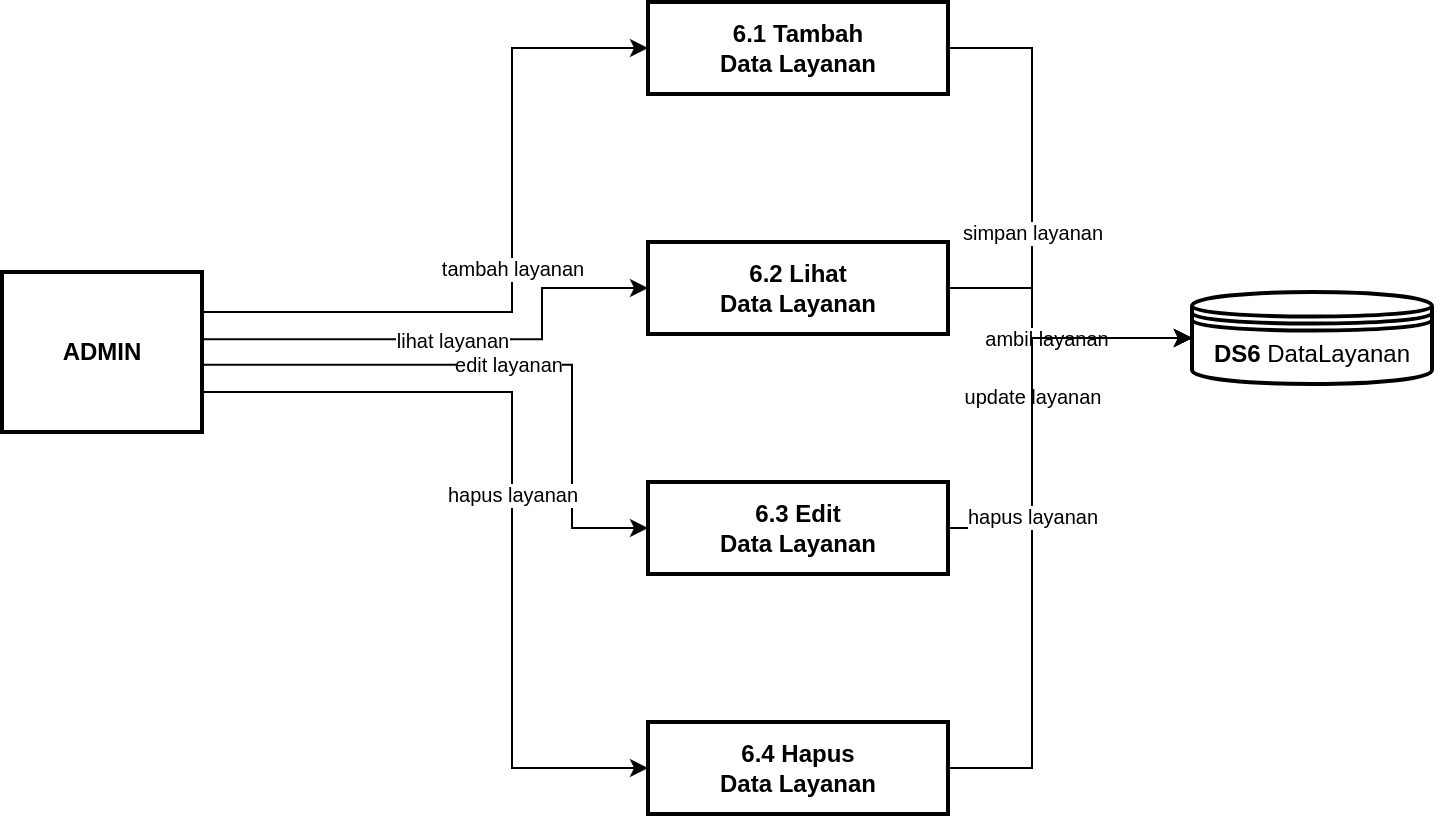
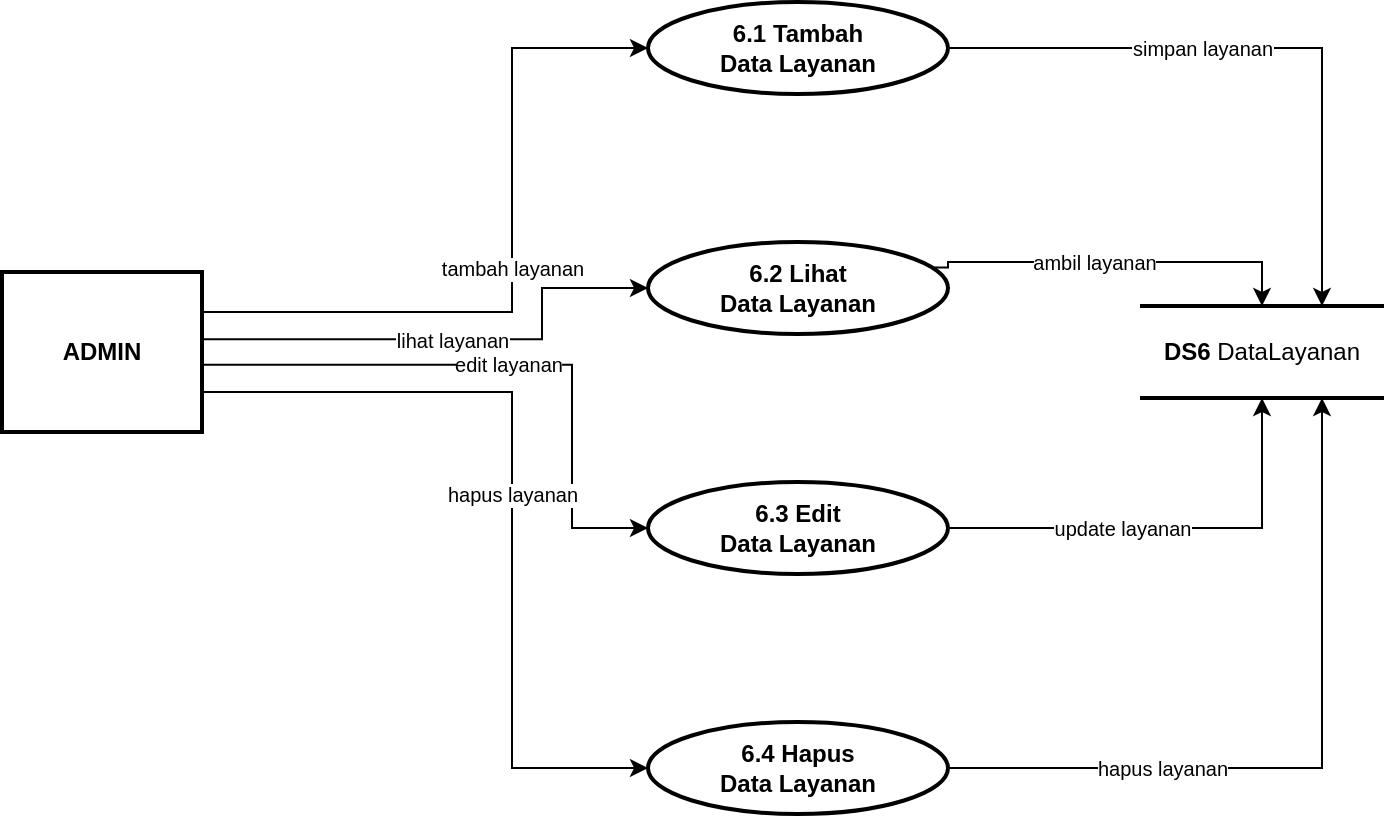
<mxfile host="app.diagrams.net">
-   <diagram name="Halaman-1" id="d7">
-     <mxGraphModel dx="1030" dy="1008" grid="0" gridSize="10" guides="1" tooltips="1" connect="1" arrows="1" fold="1" page="0" pageScale="1" pageWidth="900" pageHeight="600" math="0" shadow="0">
+   <diagram name="Halaman-1" id="fM0UbCrLWW6ai1Zt90ew">
+     <mxGraphModel>
      <root>
        <mxCell id="0" />
        <mxCell id="1" parent="0" />
-         <mxCell id="admin" parent="1" style="rounded=0;whiteSpace=wrap;html=1;fillColor=#FFFFFF;strokeColor=#000000;fontColor=#000000;strokeWidth=2;" value="&lt;b&gt;ADMIN&lt;/b&gt;" vertex="1">
-           <mxGeometry height="80" width="100" x="-95" y="185" as="geometry" />
-         </mxCell>
-         <mxCell id="p61" parent="1" style="rounded=0;whiteSpace=wrap;html=1;fillColor=#FFFFFF;strokeColor=#000000;fontColor=#000000;strokeWidth=2;" value="&lt;b&gt;6.1 Tambah&lt;br&gt;Data Layanan&lt;/b&gt;" vertex="1">
-           <mxGeometry height="46" width="150" x="228" y="50" as="geometry" />
-         </mxCell>
-         <mxCell id="p62" parent="1" style="rounded=0;whiteSpace=wrap;html=1;fillColor=#FFFFFF;strokeColor=#000000;fontColor=#000000;strokeWidth=2;" value="&lt;b&gt;6.2 Lihat&lt;br&gt;Data Layanan&lt;/b&gt;" vertex="1">
-           <mxGeometry height="46" width="150" x="228" y="170" as="geometry" />
-         </mxCell>
-         <mxCell id="p63" parent="1" style="rounded=0;whiteSpace=wrap;html=1;fillColor=#FFFFFF;strokeColor=#000000;fontColor=#000000;strokeWidth=2;" value="&lt;b&gt;6.3 Edit&lt;br&gt;Data Layanan&lt;/b&gt;" vertex="1">
-           <mxGeometry height="46" width="150" x="228" y="290" as="geometry" />
-         </mxCell>
-         <mxCell id="p64" parent="1" style="rounded=0;whiteSpace=wrap;html=1;fillColor=#FFFFFF;strokeColor=#000000;fontColor=#000000;strokeWidth=2;" value="&lt;b&gt;6.4 Hapus&lt;br&gt;Data Layanan&lt;/b&gt;" vertex="1">
-           <mxGeometry height="46" width="150" x="228" y="410" as="geometry" />
-         </mxCell>
-         <mxCell id="ds6" parent="1" style="shape=datastore;whiteSpace=wrap;html=1;fillColor=#FFFFFF;strokeColor=#000000;fontColor=#000000;strokeWidth=2;" value="&lt;b&gt;DS6&lt;/b&gt; DataLayanan" vertex="1">
-           <mxGeometry height="46" width="120" x="500" y="195" as="geometry" />
+ 
+         <mxCell id="2" parent="1" style="rounded=0;whiteSpace=wrap;html=1;fillColor=#FFFFFF;strokeColor=#000000;fontColor=#000000;strokeWidth=2;" value="&lt;b&gt;ADMIN&lt;/b&gt;" vertex="1">
+           <mxGeometry height="80" width="100" x="740" y="1185" as="geometry" />
        </mxCell>

-         <mxCell id="a1" edge="1" parent="1" source="admin" style="html=1;fontColor=#000000;strokeColor=#000000;fontSize=10;exitX=1;exitY=0.25;edgeStyle=orthogonalEdgeStyle;curved=0;exitDx=0;exitDy=0;rounded=0;" target="p61" value="tambah layanan">
+         <mxCell id="3" parent="1" style="ellipse;whiteSpace=wrap;html=1;fillColor=#FFFFFF;strokeColor=#000000;fontColor=#000000;strokeWidth=2;" value="&lt;b&gt;6.1 Tambah&lt;br&gt;Data Layanan&lt;/b&gt;" vertex="1">
+           <mxGeometry height="46" width="150" x="1063" y="1050" as="geometry" />
+         </mxCell>
+         <mxCell id="4" parent="1" style="ellipse;whiteSpace=wrap;html=1;fillColor=#FFFFFF;strokeColor=#000000;fontColor=#000000;strokeWidth=2;" value="&lt;b&gt;6.2 Lihat&lt;br&gt;Data Layanan&lt;/b&gt;" vertex="1">
+           <mxGeometry height="46" width="150" x="1063" y="1170" as="geometry" />
+         </mxCell>
+         <mxCell id="5" parent="1" style="ellipse;whiteSpace=wrap;html=1;fillColor=#FFFFFF;strokeColor=#000000;fontColor=#000000;strokeWidth=2;" value="&lt;b&gt;6.3 Edit&lt;br&gt;Data Layanan&lt;/b&gt;" vertex="1">
+           <mxGeometry height="46" width="150" x="1063" y="1290" as="geometry" />
+         </mxCell>
+         <mxCell id="6" parent="1" style="ellipse;whiteSpace=wrap;html=1;fillColor=#FFFFFF;strokeColor=#000000;fontColor=#000000;strokeWidth=2;" value="&lt;b&gt;6.4 Hapus&lt;br&gt;Data Layanan&lt;/b&gt;" vertex="1">
+           <mxGeometry height="46" width="150" x="1063" y="1410" as="geometry" />
+         </mxCell>
+ 
+         <mxCell id="7" parent="1" style="shape=partialRectangle;right=0;left=0;whiteSpace=wrap;html=1;fillColor=#FFFFFF;strokeColor=#000000;fontColor=#000000;strokeWidth=2;" value="&lt;b&gt;DS6&lt;/b&gt; DataLayanan" vertex="1">
+           <mxGeometry height="46" width="120" x="1310" y="1202" as="geometry" />
+         </mxCell>
+ 
+         <mxCell id="8" edge="1" parent="1" source="2" style="html=1;fontColor=#000000;strokeColor=#000000;fontSize=10;exitX=1;exitY=0.25;edgeStyle=orthogonalEdgeStyle;curved=0;exitDx=0;exitDy=0;rounded=0;" target="3" value="tambah layanan">
          <mxGeometry relative="1" as="geometry">
-             <Array as="points">
-               <mxPoint x="160" y="205" />
-               <mxPoint x="160" y="73" />
-             </Array>
+             <Array as="points"><mxPoint x="995" y="1205" /><mxPoint x="995" y="1073" /></Array>
          </mxGeometry>
        </mxCell>
-         <mxCell id="a2" edge="1" parent="1" source="admin" style="html=1;fontColor=#000000;strokeColor=#000000;fontSize=10;exitX=1;exitY=0.42;edgeStyle=orthogonalEdgeStyle;curved=0;exitDx=0;exitDy=0;rounded=0;" target="p62" value="lihat layanan">
+         <mxCell id="9" edge="1" parent="1" source="2" style="html=1;fontColor=#000000;strokeColor=#000000;fontSize=10;exitX=1;exitY=0.42;edgeStyle=orthogonalEdgeStyle;curved=0;exitDx=0;exitDy=0;rounded=0;" target="4" value="lihat layanan">
          <mxGeometry relative="1" as="geometry">
-             <Array as="points">
-               <mxPoint x="175" y="219" />
-               <mxPoint x="175" y="193" />
-             </Array>
+             <Array as="points"><mxPoint x="1010" y="1219" /><mxPoint x="1010" y="1193" /></Array>
          </mxGeometry>
        </mxCell>
-         <mxCell id="a3" edge="1" parent="1" source="admin" style="html=1;fontColor=#000000;strokeColor=#000000;fontSize=10;exitX=1;exitY=0.58;edgeStyle=orthogonalEdgeStyle;curved=0;exitDx=0;exitDy=0;rounded=0;" target="p63" value="edit layanan">
+         <mxCell id="10" edge="1" parent="1" source="2" style="html=1;fontColor=#000000;strokeColor=#000000;fontSize=10;exitX=1;exitY=0.58;edgeStyle=orthogonalEdgeStyle;curved=0;exitDx=0;exitDy=0;rounded=0;" target="5" value="edit layanan">
          <mxGeometry relative="1" as="geometry">
-             <Array as="points">
-               <mxPoint x="190" y="231" />
-               <mxPoint x="190" y="313" />
-             </Array>
+             <Array as="points"><mxPoint x="1025" y="1231" /><mxPoint x="1025" y="1313" /></Array>
          </mxGeometry>
        </mxCell>
-         <mxCell id="a4" edge="1" parent="1" source="admin" style="html=1;fontColor=#000000;strokeColor=#000000;fontSize=10;exitX=1;exitY=0.75;edgeStyle=orthogonalEdgeStyle;curved=0;exitDx=0;exitDy=0;rounded=0;" target="p64" value="hapus layanan">
+         <mxCell id="11" edge="1" parent="1" source="2" style="html=1;fontColor=#000000;strokeColor=#000000;fontSize=10;exitX=1;exitY=0.75;edgeStyle=orthogonalEdgeStyle;curved=0;exitDx=0;exitDy=0;rounded=0;" target="6" value="hapus layanan">
          <mxGeometry relative="1" as="geometry">
-             <Array as="points">
-               <mxPoint x="160" y="245" />
-               <mxPoint x="160" y="433" />
-             </Array>
+             <Array as="points"><mxPoint x="995" y="1245" /><mxPoint x="995" y="1433" /></Array>
          </mxGeometry>
        </mxCell>
- 
-         <mxCell id="d1" edge="1" parent="1" source="p61" style="html=1;fontColor=#000000;strokeColor=#000000;fontSize=10;exitX=1;exitY=0.5;edgeStyle=orthogonalEdgeStyle;curved=0;exitDx=0;exitDy=0;rounded=0;" target="ds6" value="simpan layanan">
-           <mxGeometry relative="1" as="geometry">
-             <Array as="points">
-               <mxPoint x="420" y="73" />
-               <mxPoint x="420" y="218" />
-               <mxPoint x="500" y="218" />
-             </Array>
+         <mxCell id="12" edge="1" parent="1" source="3" style="html=1;fontColor=#000000;strokeColor=#000000;fontSize=10;exitX=1;exitY=0.5;edgeStyle=orthogonalEdgeStyle;curved=0;exitDx=0;exitDy=0;rounded=0;" target="7" value="simpan layanan">
+           <mxGeometry relative="1" x="-0.1962" as="geometry">
+             <mxPoint as="offset" />
+             <Array as="points"><mxPoint x="1400" y="1073" /></Array>
          </mxGeometry>
        </mxCell>
-         <mxCell id="d2" edge="1" parent="1" source="p62" style="html=1;fontColor=#000000;strokeColor=#000000;fontSize=10;exitX=1;exitY=0.5;edgeStyle=orthogonalEdgeStyle;curved=0;exitDx=0;exitDy=0;rounded=0;" target="ds6" value="ambil layanan">
-           <mxGeometry relative="1" as="geometry">
-             <Array as="points">
-               <mxPoint x="420" y="193" />
-               <mxPoint x="420" y="218" />
-               <mxPoint x="500" y="218" />
-             </Array>
+         <mxCell id="13" edge="1" parent="1" source="4" style="html=1;fontColor=#000000;strokeColor=#000000;fontSize=10;exitX=1;exitY=0.25;edgeStyle=orthogonalEdgeStyle;curved=0;exitDx=0;exitDy=0;rounded=0;entryX=0.5;entryY=0;entryDx=0;entryDy=0;" target="7" value="ambil layanan">
+           <mxGeometry relative="1" x="-0.1302" as="geometry">
+             <mxPoint x="1" as="offset" />
+             <Array as="points"><mxPoint x="1213" y="1180" /><mxPoint x="1370" y="1180" /></Array>
+             <mxPoint x="1360" y="1180" as="targetPoint" />
          </mxGeometry>
        </mxCell>
-         <mxCell id="d3" edge="1" parent="1" source="p63" style="html=1;fontColor=#000000;strokeColor=#000000;fontSize=10;exitX=1;exitY=0.5;edgeStyle=orthogonalEdgeStyle;curved=0;exitDx=0;exitDy=0;rounded=0;" target="ds6" value="update layanan">
-           <mxGeometry relative="1" as="geometry">
-             <Array as="points">
-               <mxPoint x="420" y="313" />
-               <mxPoint x="420" y="218" />
-               <mxPoint x="500" y="218" />
-             </Array>
+         <mxCell id="14" edge="1" parent="1" source="5" style="html=1;fontColor=#000000;strokeColor=#000000;fontSize=10;exitX=1;exitY=0.5;edgeStyle=orthogonalEdgeStyle;curved=0;exitDx=0;exitDy=0;rounded=0;" target="7" value="update layanan">
+           <mxGeometry relative="1" x="-0.2162" as="geometry">
+             <mxPoint as="offset" />
+             <Array as="points"><mxPoint x="1370" y="1313" /></Array>
          </mxGeometry>
        </mxCell>
-         <mxCell id="d4" edge="1" parent="1" source="p64" style="html=1;fontColor=#000000;strokeColor=#000000;fontSize=10;exitX=1;exitY=0.5;edgeStyle=orthogonalEdgeStyle;curved=0;exitDx=0;exitDy=0;rounded=0;" target="ds6" value="hapus layanan">
-           <mxGeometry relative="1" as="geometry">
-             <Array as="points">
-               <mxPoint x="420" y="433" />
-               <mxPoint x="420" y="218" />
-               <mxPoint x="500" y="218" />
-             </Array>
+         <mxCell id="15" edge="1" parent="1" source="6" style="html=1;fontColor=#000000;strokeColor=#000000;fontSize=10;exitX=1;exitY=0.5;edgeStyle=orthogonalEdgeStyle;curved=0;exitDx=0;exitDy=0;rounded=0;" target="7" value="hapus layanan">
+           <mxGeometry relative="1" x="-0.4247" as="geometry">
+             <mxPoint as="offset" />
+             <Array as="points"><mxPoint x="1400" y="1433" /></Array>
          </mxGeometry>
        </mxCell>
      </root>
    </mxGraphModel>
  </diagram>
- </mxfile>
+ </mxfile>